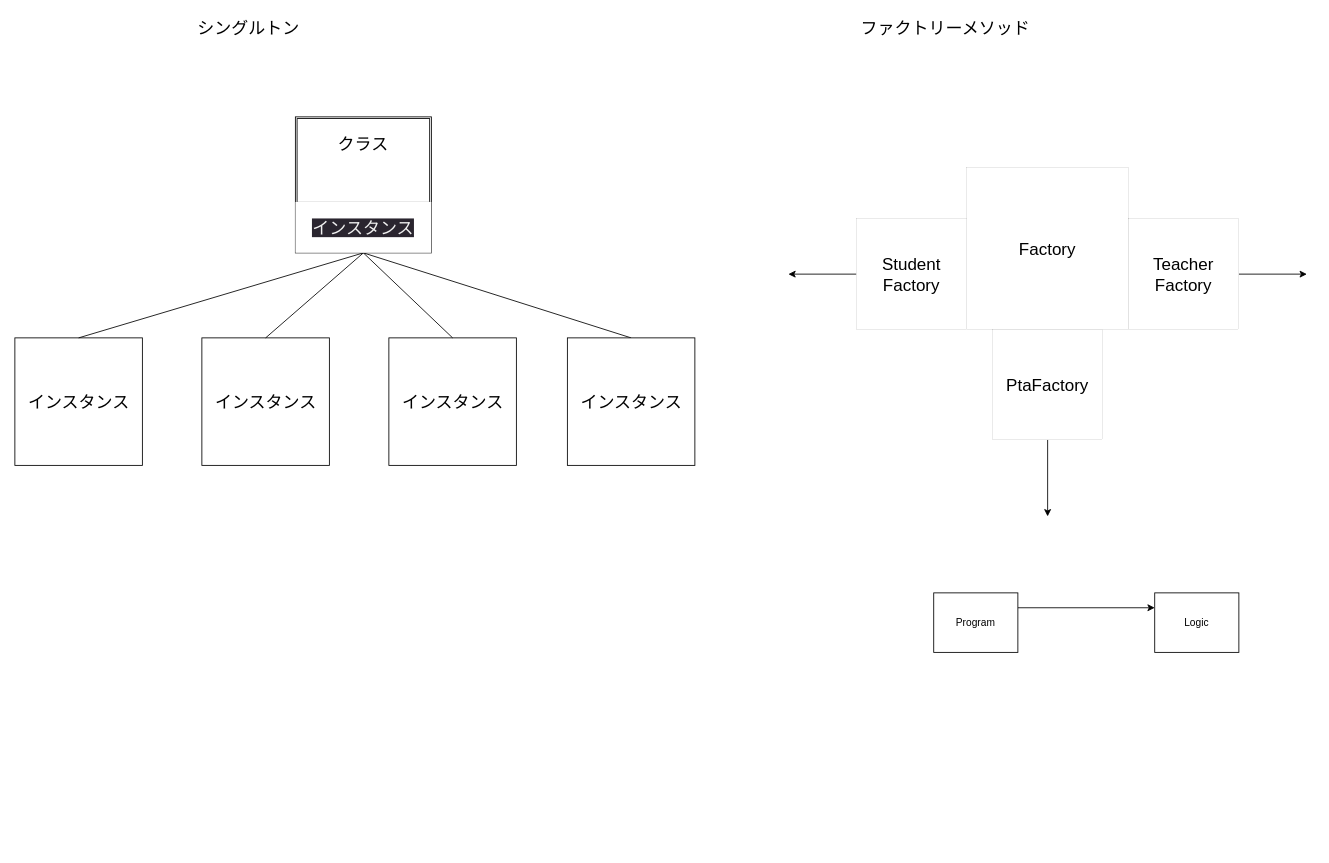
The draw.io diagram structure.drawio in yuki-katayama/refactor-design-pattern, before the edit. Source tidied: cells renumbered, new cells numbered last; positions are measured from the earlier drawing's top-left corner, leaving out a move shared by most shapes. Both pictures are drawn from the tidied source at 85%, with x=0, y=0 at pixel (14, 14).
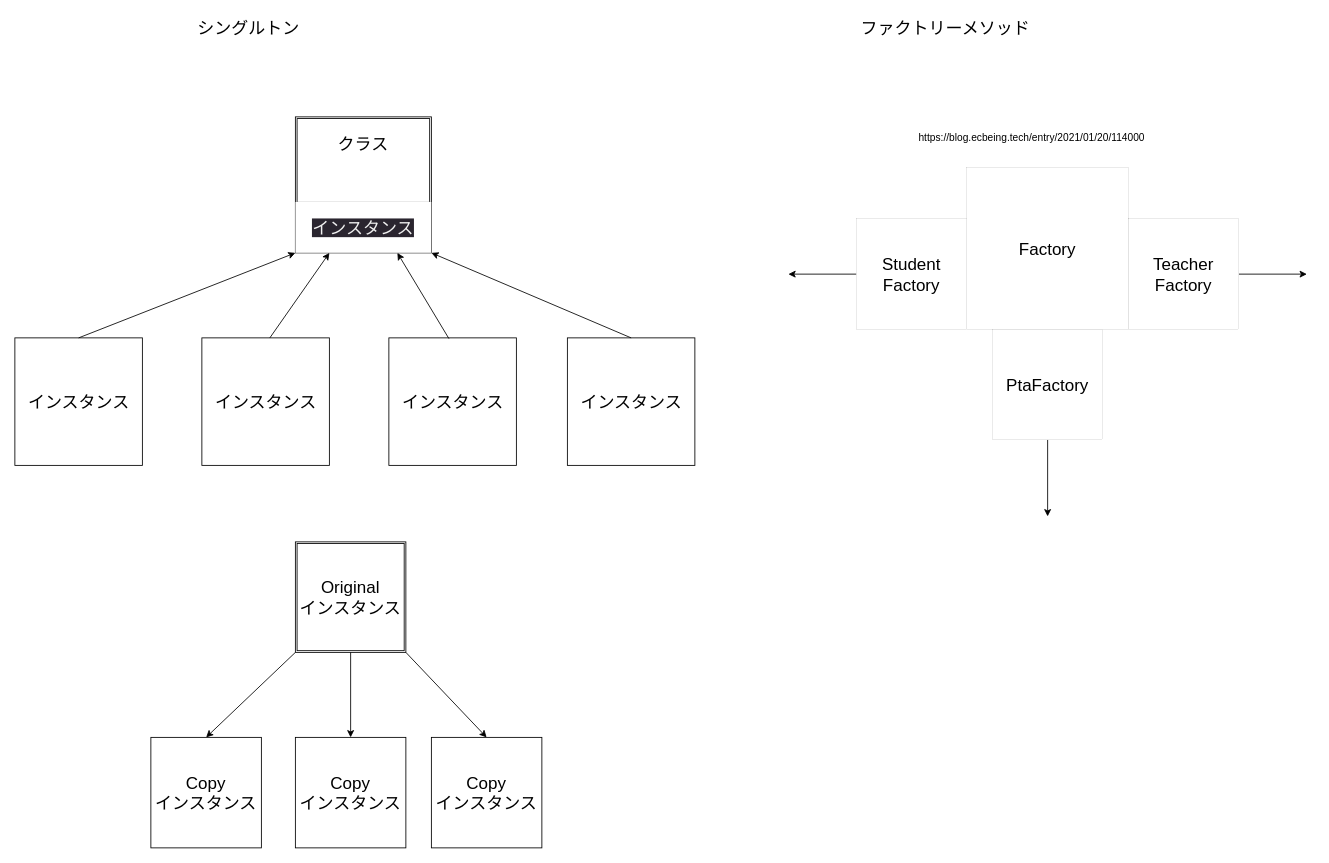
The same diagram, later.

The change refers to these unchanged cells:
```xml
<mxCell id="2" value="&lt;font style=&quot;font-size: 20px;&quot;&gt;クラス&lt;br&gt;&lt;br&gt;&lt;br&gt;&lt;br&gt;&lt;br&gt;&lt;/font&gt;" style="shape=ext;double=1;whiteSpace=wrap;html=1;" parent="1" vertex="1">
  <mxGeometry x="330" y="120" width="160" height="160" as="geometry" />
</mxCell>
<mxCell id="6" style="whiteSpace=wrap;html=1;" parent="5" vertex="1">
  <mxGeometry width="150" height="150" as="geometry" />
</mxCell>
<mxCell id="15" style="whiteSpace=wrap;html=1;" parent="14" vertex="1">
  <mxGeometry width="150" height="150" as="geometry" />
</mxCell>
<mxCell id="19" style="whiteSpace=wrap;html=1;" parent="18" vertex="1">
  <mxGeometry width="150" height="150" as="geometry" />
</mxCell>
<mxCell id="23" value="&lt;span style=&quot;color: rgb(240, 240, 240); font-family: Helvetica; font-size: 20px; font-style: normal; font-variant-ligatures: normal; font-variant-caps: normal; font-weight: 400; letter-spacing: normal; orphans: 2; text-align: center; text-indent: 0px; text-transform: none; widows: 2; word-spacing: 0px; -webkit-text-stroke-width: 0px; background-color: rgb(42, 37, 47); text-decoration-thickness: initial; text-decoration-style: initial; text-decoration-color: initial; float: none; display: inline !important;&quot;&gt;インスタンス&lt;/span&gt;" style="rounded=0;whiteSpace=wrap;html=1;strokeWidth=0;fontSize=20;" parent="1" vertex="1">
  <mxGeometry x="330" y="220" width="160" height="60" as="geometry" />
</mxCell>
```

What changed in the source:
```diff
@@
-    <mxCell id="3" style="endArrow=none;html=1;fontSize=20;exitX=0.5;exitY=1;exitDx=0;exitDy=0;entryX=0.5;entryY=0;entryDx=0;entryDy=0;" parent="1" edge="1" source="2" target="6">
-      <mxGeometry relative="1" as="geometry" />
-    </mxCell>
@@
-    <mxCell id="8" style="group;" parent="1" vertex="1">
-      <mxGeometry x="440" y="380" width="150" height="150" as="geometry" />
-    </mxCell>
-    <mxCell id="9" style="group;" parent="8" vertex="1">
-      <mxGeometry width="150" height="150" as="geometry" />
-    </mxCell>
-    <mxCell id="10" style="whiteSpace=wrap;html=1;" parent="9" vertex="1">
-      <mxGeometry width="150" height="150" as="geometry" />
-    </mxCell>
-    <mxCell id="11" value="インスタンス" style="text;html=1;strokeColor=none;fillColor=none;align=center;verticalAlign=middle;whiteSpace=wrap;rounded=0;strokeWidth=0;fontSize=20;" parent="9" vertex="1">
-      <mxGeometry x="3.8" y="60" width="142.5" height="30" as="geometry" />
-    </mxCell>
-    <mxCell id="12" style="endArrow=none;html=1;fontSize=20;exitX=0.5;exitY=1;exitDx=0;exitDy=0;entryX=0.5;entryY=0;entryDx=0;entryDy=0;" parent="8" edge="1" source="2" target="10">
-      <mxGeometry relative="1" as="geometry" />
-    </mxCell>
@@
-    <mxCell id="21" style="endArrow=none;html=1;fontSize=20;exitX=0.5;exitY=1;exitDx=0;exitDy=0;entryX=0.5;entryY=0;entryDx=0;entryDy=0;" parent="1" edge="1" source="2" target="19">
-      <mxGeometry relative="1" as="geometry" />
-    </mxCell>
-    <mxCell id="22" style="endArrow=none;html=1;fontSize=20;exitX=0.5;exitY=1;exitDx=0;exitDy=0;entryX=0.5;entryY=0;entryDx=0;entryDy=0;" parent="1" edge="1" source="2" target="15">
-      <mxGeometry relative="1" as="geometry" />
-    </mxCell>
@@
-    <mxCell id="32" style="edgeStyle=none;html=1;entryX=0;entryY=0.25;entryDx=0;entryDy=0;exitX=1;exitY=0.25;exitDx=0;exitDy=0;" parent="1" edge="1" source="33" target="34">
-      <mxGeometry relative="1" as="geometry" />
-    </mxCell>
-    <mxCell id="33" value="Program" style="rounded=0;whiteSpace=wrap;html=1;" parent="1" vertex="1">
-      <mxGeometry x="1081" y="680" width="99" height="70" as="geometry" />
-    </mxCell>
-    <mxCell id="34" value="Logic" style="rounded=0;whiteSpace=wrap;html=1;" parent="1" vertex="1">
-      <mxGeometry x="1341" y="680" width="99" height="70" as="geometry" />
-    </mxCell>
+    <mxCell id="35" value="&lt;font style=&quot;font-size: 20px;&quot;&gt;Original&lt;br&gt;インスタンス&lt;br&gt;&lt;/font&gt;" style="shape=ext;double=1;whiteSpace=wrap;html=1;" parent="1" vertex="1">
+      <mxGeometry x="330" y="620" width="130" height="130" as="geometry" />
+    </mxCell>
+    <mxCell id="36" style="endArrow=classic;html=1;exitX=0.5;exitY=0;exitDx=0;exitDy=0;entryX=0;entryY=1;entryDx=0;entryDy=0;" parent="1" edge="1" source="15" target="23">
+      <mxGeometry relative="1" as="geometry" />
+    </mxCell>
+    <mxCell id="37" style="endArrow=classic;html=1;exitX=0.533;exitY=0;exitDx=0;exitDy=0;entryX=0.25;entryY=1;entryDx=0;entryDy=0;exitPerimeter=0;" parent="1" edge="1" source="19" target="23">
+      <mxGeometry relative="1" as="geometry" />
+    </mxCell>
+    <mxCell id="8" style="group;" parent="1" vertex="1">
+      <mxGeometry x="440" y="380" width="150" height="150" as="geometry" />
+    </mxCell>
+    <mxCell id="9" style="group;" parent="8" vertex="1">
+      <mxGeometry width="150" height="150" as="geometry" />
+    </mxCell>
+    <mxCell id="10" style="whiteSpace=wrap;html=1;" parent="9" vertex="1">
+      <mxGeometry width="150" height="150" as="geometry" />
+    </mxCell>
+    <mxCell id="11" value="インスタンス" style="text;html=1;strokeColor=none;fillColor=none;align=center;verticalAlign=middle;whiteSpace=wrap;rounded=0;strokeWidth=0;fontSize=20;" parent="9" vertex="1">
+      <mxGeometry x="3.8" y="60" width="142.5" height="30" as="geometry" />
+    </mxCell>
+    <mxCell id="38" style="endArrow=classic;html=1;exitX=0.471;exitY=0.006;exitDx=0;exitDy=0;entryX=0.75;entryY=1;entryDx=0;entryDy=0;exitPerimeter=0;" parent="1" edge="1" source="10" target="23">
+      <mxGeometry relative="1" as="geometry" />
+    </mxCell>
+    <mxCell id="39" style="endArrow=classic;html=1;exitX=0.5;exitY=0;exitDx=0;exitDy=0;entryX=1;entryY=1;entryDx=0;entryDy=0;" parent="1" edge="1" source="6" target="23">
+      <mxGeometry relative="1" as="geometry" />
+    </mxCell>
+    <mxCell id="40" style="group;" parent="1" vertex="1">
+      <mxGeometry x="170" y="820" width="130" height="160" as="geometry" />
+    </mxCell>
+    <mxCell id="41" style="group;" parent="40" vertex="1">
+      <mxGeometry x="-10" y="30" width="130" height="130" as="geometry" />
+    </mxCell>
+    <mxCell id="42" style="group;" parent="41" vertex="1">
+      <mxGeometry width="130" height="130" as="geometry" />
+    </mxCell>
+    <mxCell id="43" style="whiteSpace=wrap;html=1;" parent="42" vertex="1">
+      <mxGeometry width="130" height="130" as="geometry" />
+    </mxCell>
+    <mxCell id="44" value="Copy&lt;br&gt;インスタンス" style="text;html=1;strokeColor=none;fillColor=none;align=center;verticalAlign=middle;whiteSpace=wrap;rounded=0;strokeWidth=0;fontSize=20;" parent="42" vertex="1">
+      <mxGeometry x="3.2" y="52" width="123.5" height="26" as="geometry" />
+    </mxCell>
+    <mxCell id="45" style="endArrow=classic;html=1;exitX=0;exitY=1;exitDx=0;exitDy=0;entryX=0.5;entryY=0;entryDx=0;entryDy=0;" parent="1" edge="1" source="35" target="43">
+      <mxGeometry relative="1" as="geometry" />
+    </mxCell>
+    <mxCell id="46" style="group;" parent="1" vertex="1">
+      <mxGeometry x="330" y="850" width="130" height="130" as="geometry" />
+    </mxCell>
+    <mxCell id="47" style="whiteSpace=wrap;html=1;" parent="46" vertex="1">
+      <mxGeometry width="130" height="130" as="geometry" />
+    </mxCell>
+    <mxCell id="48" value="Copy&lt;br&gt;インスタンス" style="text;html=1;strokeColor=none;fillColor=none;align=center;verticalAlign=middle;whiteSpace=wrap;rounded=0;strokeWidth=0;fontSize=20;" parent="46" vertex="1">
+      <mxGeometry x="3.2" y="52" width="123.5" height="26" as="geometry" />
+    </mxCell>
+    <mxCell id="49" style="group;" parent="1" vertex="1">
+      <mxGeometry x="490" y="850" width="130" height="130" as="geometry" />
+    </mxCell>
+    <mxCell id="50" style="whiteSpace=wrap;html=1;" parent="49" vertex="1">
+      <mxGeometry width="130" height="130" as="geometry" />
+    </mxCell>
+    <mxCell id="51" value="Copy&lt;br&gt;インスタンス" style="text;html=1;strokeColor=none;fillColor=none;align=center;verticalAlign=middle;whiteSpace=wrap;rounded=0;strokeWidth=0;fontSize=20;" parent="49" vertex="1">
+      <mxGeometry x="3.2" y="52" width="123.5" height="26" as="geometry" />
+    </mxCell>
+    <mxCell id="52" style="endArrow=classic;html=1;exitX=0.5;exitY=1;exitDx=0;exitDy=0;entryX=0.5;entryY=0;entryDx=0;entryDy=0;" parent="1" edge="1" source="35" target="47">
+      <mxGeometry relative="1" as="geometry" />
+    </mxCell>
+    <mxCell id="53" style="endArrow=classic;html=1;exitX=1;exitY=1;exitDx=0;exitDy=0;entryX=0.5;entryY=0;entryDx=0;entryDy=0;" parent="1" edge="1" source="35" target="50">
+      <mxGeometry relative="1" as="geometry" />
+    </mxCell>
+    <mxCell id="54" value="https://blog.ecbeing.tech/entry/2021/01/20/114000" style="text;html=1;align=center;verticalAlign=middle;strokeColor=none;fillColor=none;" parent="1" vertex="1">
+      <mxGeometry x="1051" y="130" width="290" height="30" as="geometry" />
+    </mxCell>
```
